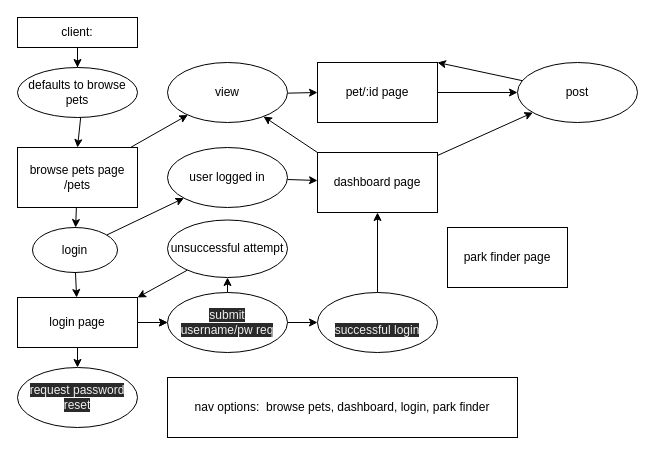
Earlier version of the draw.io diagram page "front-end" (3 of 4) of .dio (eljayman/pet-feed). Source tidied: cells renumbered, new cells numbered last; positions are measured from the earlier drawing's top-left corner, leaving out a move shared by most shapes. Both pictures are drawn from the tidied source at 100%, with x=0, y=0 at pixel (17, 17).
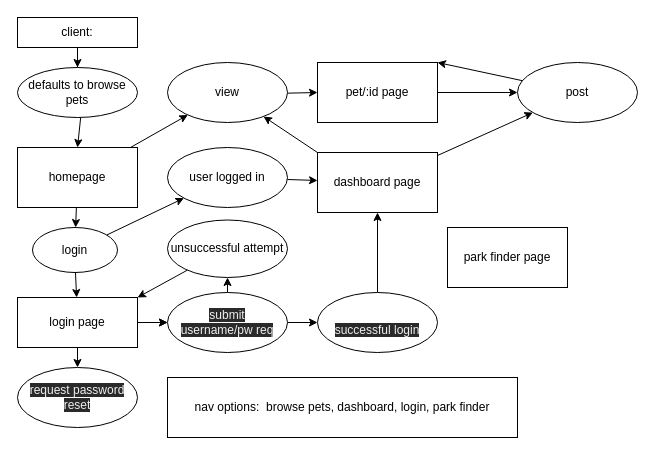
The same page after the edit.

Diff of the diagram source:
```diff
@@
-    <mxCell id="11" value="browse pets page&lt;br&gt;/pets" style="rounded=0;whiteSpace=wrap;html=1;" parent="1" vertex="1">
+    <mxCell id="11" value="homepage" style="rounded=0;whiteSpace=wrap;html=1;" parent="1" vertex="1">
       <mxGeometry y="130" width="120" height="60" as="geometry" />
     </mxCell>
```
